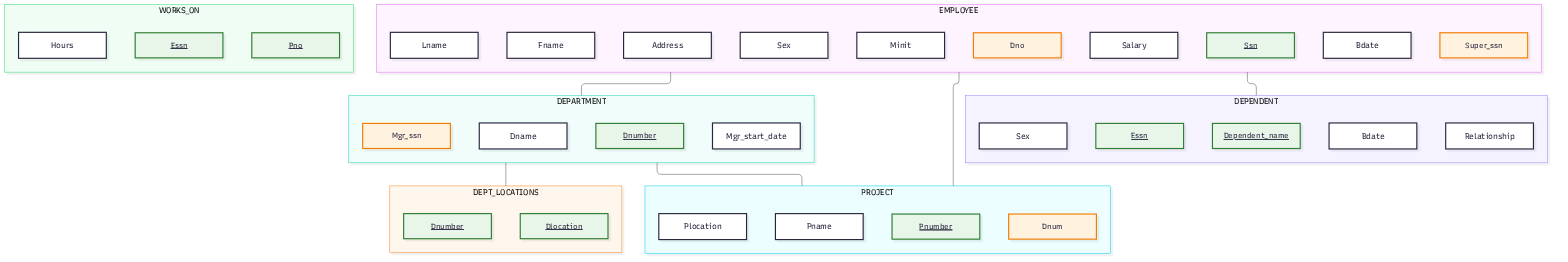
Earlier version of the Mermaid export docs/relational-schema.png (Ponakala-Yathish/Network-Threat-analysis_DBMS). Its source is kept beside it as docs/relational-schema.mmd.
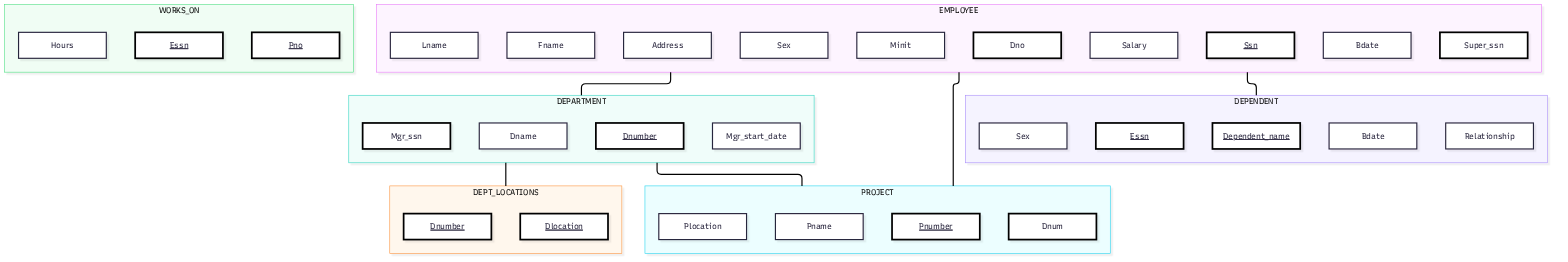
The same file after the commit.

Commit message:
Update diagrams: white background, thicker visible lines and arrows

What changed in the source:
```diff
@@ -52,8 +52,8 @@
     DEPARTMENT --- DEPT_LOCATIONS
     DEPARTMENT --- PROJECT
 
-    classDef pk fill:#e8f5e9,stroke:#2e7d32,stroke-width:2px,font-size:13px,text-decoration:underline
-    classDef fk fill:#fff3e0,stroke:#f57c00,stroke-width:2px,font-size:13px
-    classDef table fill:#ffffff,stroke:#333,stroke-width:1px,font-size:12px
+    classDef pk fill:#ffffff,stroke:#000000,stroke-width:3px,font-size:14px,text-decoration:underline
+    classDef fk fill:#ffffff,stroke:#000000,stroke-width:3px,font-size:14px
+    classDef table fill:#ffffff,stroke:#000000,stroke-width:2px,font-size:13px
 
-    linkStyle default stroke:#666,stroke-width:1px
+    linkStyle default stroke:#000000,stroke-width:2px
```
